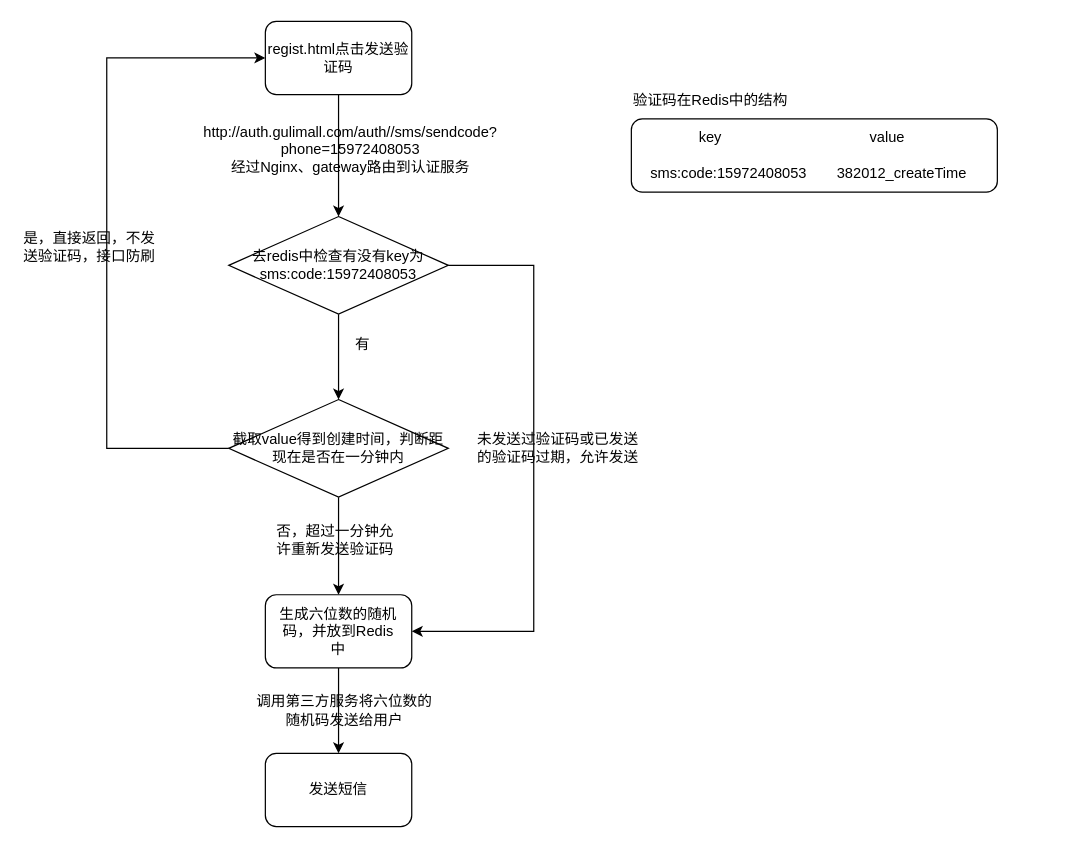
This is ShopBusiness/注册发送验证码.drawio from Chaimek/LearnPictures, a draw.io file, before an edit. Source tidied: cells renumbered, new cells numbered last; positions are measured from the earlier drawing's top-left corner, leaving out a move shared by most shapes. Both pictures are drawn from the tidied source at 122%, with x=0, y=0 at pixel (21, 21).
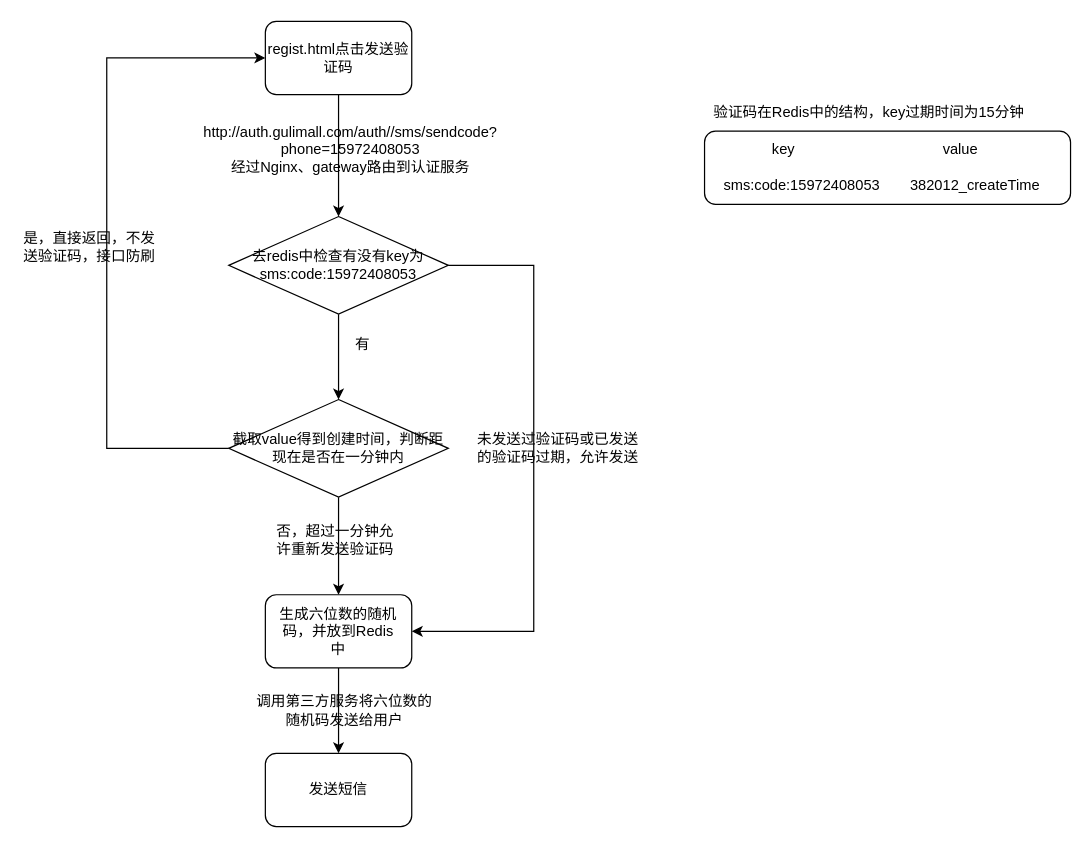
The same diagram, later.

Commit message (it also covers changes not shown here):
更新注册发送验证码.drawio

Change to the diagram source:
```diff
@@
     <mxCell id="5" style="rounded=1;whiteSpace=wrap;html=1;" parent="1" vertex="1">
-      <mxGeometry x="500" y="80" width="300" height="60" as="geometry" />
+      <mxGeometry x="560" y="90" width="300" height="60" as="geometry" />
     </mxCell>
-    <mxCell id="6" value="验证码在Redis中的结构" style="text;html=1;strokeColor=none;fillColor=none;align=center;verticalAlign=middle;whiteSpace=wrap;rounded=0;" parent="1" vertex="1">
-      <mxGeometry x="490" y="50" width="150" height="30" as="geometry" />
+    <mxCell id="6" value="验证码在Redis中的结构，key过期时间为15分钟" style="text;html=1;strokeColor=none;fillColor=none;align=center;verticalAlign=middle;whiteSpace=wrap;rounded=0;" parent="1" vertex="1">
+      <mxGeometry x="550" y="60" width="290" height="30" as="geometry" />
     </mxCell>
     <mxCell id="7" value="sms:code:15972408053" style="text;html=1;strokeColor=none;fillColor=none;align=center;verticalAlign=middle;whiteSpace=wrap;rounded=0;" parent="1" vertex="1">
-      <mxGeometry x="550" y="110" width="60" height="30" as="geometry" />
+      <mxGeometry x="610" y="120" width="60" height="30" as="geometry" />
     </mxCell>
     <mxCell id="8" value="key" style="text;html=1;strokeColor=none;fillColor=none;align=center;verticalAlign=middle;whiteSpace=wrap;rounded=0;" parent="1" vertex="1">
-      <mxGeometry x="535" y="80" width="60" height="30" as="geometry" />
+      <mxGeometry x="595" y="90" width="60" height="30" as="geometry" />
     </mxCell>
     <mxCell id="9" value="value" style="text;html=1;strokeColor=none;fillColor=none;align=center;verticalAlign=middle;whiteSpace=wrap;rounded=0;" parent="1" vertex="1">
-      <mxGeometry x="680" y="80" width="60" height="30" as="geometry" />
+      <mxGeometry x="740" y="90" width="60" height="30" as="geometry" />
     </mxCell>
     <mxCell id="10" value="382012_createTime" style="text;html=1;strokeColor=none;fillColor=none;align=center;verticalAlign=middle;whiteSpace=wrap;rounded=0;" parent="1" vertex="1">
-      <mxGeometry x="667" y="110" width="110" height="30" as="geometry" />
+      <mxGeometry x="727" y="120" width="110" height="30" as="geometry" />
     </mxCell>
```
